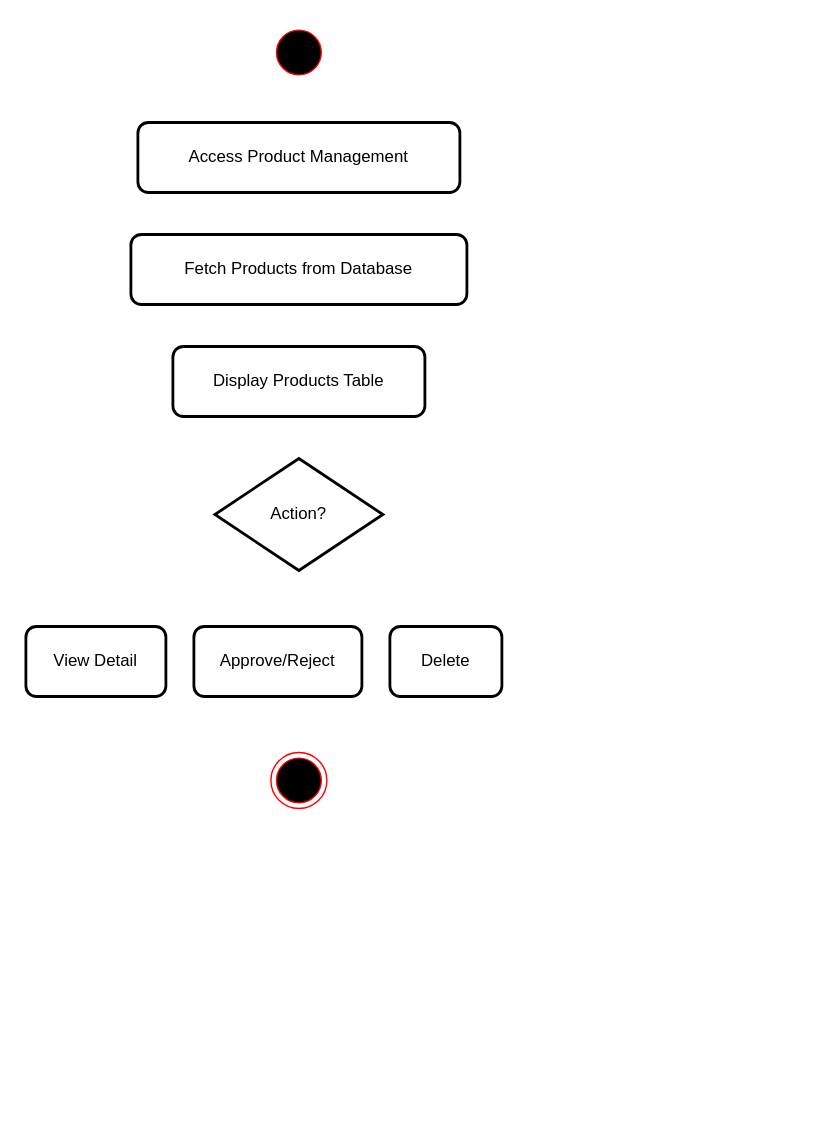
Above: page "Product Management" (3 of 6) of draw/AdminActivities.drawio in tdat-dev/UniMarket (draw.io), before the change. Source tidied: cells renumbered, new cells numbered last; positions are measured from the earlier drawing's top-left corner, leaving out a move shared by most shapes. Both pictures are drawn from the tidied source at 140%, with x=0, y=0 at pixel (25, 24).
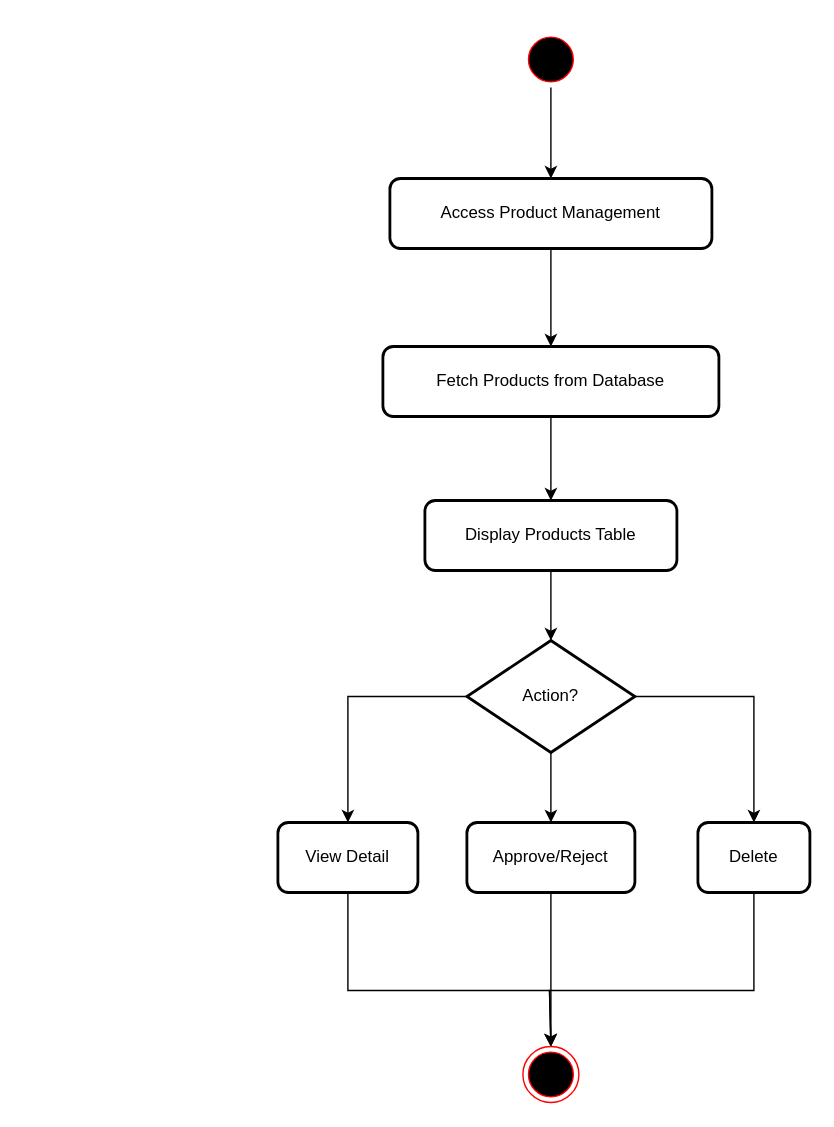
After the change.

What changed in the source:
```diff
@@
+    <mxCell id="11" style="edgeStyle=orthogonalEdgeStyle;rounded=0;jettySize=auto;html=1;" parent="1" edge="1" source="2" target="3">
+      <mxGeometry relative="1" as="geometry" />
+    </mxCell>
     <mxCell id="2" style="ellipse;html=1;shape=startState;fillColor=#000000;strokeColor=#ff0000;" parent="1" vertex="1">
-      <mxGeometry x="175" width="40" height="40" as="geometry" />
+      <mxGeometry x="355" y="5" width="40" height="40" as="geometry" />
     </mxCell>
+    <mxCell id="12" style="edgeStyle=orthogonalEdgeStyle;rounded=0;jettySize=auto;html=1;" parent="1" edge="1" source="3" target="4">
+      <mxGeometry relative="1" as="geometry" />
+    </mxCell>
     <mxCell id="3" value="Access Product Management" style="rounded=1;whiteSpace=wrap;html=1;strokeWidth=2;" parent="1" vertex="1">
-      <mxGeometry x="80" y="70" width="230" height="50" as="geometry" />
+      <mxGeometry x="260" y="110" width="230" height="50" as="geometry" />
     </mxCell>
+    <mxCell id="13" style="edgeStyle=orthogonalEdgeStyle;rounded=0;jettySize=auto;html=1;" parent="1" edge="1" source="4" target="5">
+      <mxGeometry relative="1" as="geometry" />
+    </mxCell>
     <mxCell id="4" value="Fetch Products from Database" style="rounded=1;whiteSpace=wrap;html=1;strokeWidth=2;" parent="1" vertex="1">
-      <mxGeometry x="75" y="150" width="240" height="50" as="geometry" />
+      <mxGeometry x="255" y="230" width="240" height="50" as="geometry" />
     </mxCell>
+    <mxCell id="14" style="edgeStyle=orthogonalEdgeStyle;rounded=0;jettySize=auto;html=1;" parent="1" edge="1" source="5" target="6">
+      <mxGeometry relative="1" as="geometry" />
+    </mxCell>
     <mxCell id="5" value="Display Products Table" style="rounded=1;whiteSpace=wrap;html=1;strokeWidth=2;" parent="1" vertex="1">
-      <mxGeometry x="105" y="230" width="180" height="50" as="geometry" />
+      <mxGeometry x="285" y="340" width="180" height="50" as="geometry" />
     </mxCell>
+    <mxCell id="15" style="edgeStyle=orthogonalEdgeStyle;rounded=0;jettySize=auto;html=1;exitX=0;exitY=0.5;exitDx=0;exitDy=0;entryX=0.5;entryY=0;entryDx=0;entryDy=0;" parent="1" edge="1" source="6" target="7">
+      <mxGeometry relative="1" as="geometry" />
+    </mxCell>
+    <mxCell id="16" style="edgeStyle=orthogonalEdgeStyle;rounded=0;jettySize=auto;html=1;exitX=0.5;exitY=1;exitDx=0;exitDy=0;entryX=0.5;entryY=0;entryDx=0;entryDy=0;" parent="1" edge="1" source="6" target="8">
+      <mxGeometry relative="1" as="geometry" />
+    </mxCell>
+    <mxCell id="17" style="edgeStyle=orthogonalEdgeStyle;rounded=0;jettySize=auto;html=1;exitX=1;exitY=0.5;exitDx=0;exitDy=0;entryX=0.5;entryY=0;entryDx=0;entryDy=0;" parent="1" edge="1" source="6" target="9">
+      <mxGeometry relative="1" as="geometry" />
+    </mxCell>
     <mxCell id="6" value="Action?" style="rhombus;whiteSpace=wrap;html=1;strokeWidth=2;" parent="1" vertex="1">
-      <mxGeometry x="135" y="310" width="120" height="80" as="geometry" />
+      <mxGeometry x="315" y="440" width="120" height="80" as="geometry" />
     </mxCell>
+    <mxCell id="18" style="edgeStyle=orthogonalEdgeStyle;rounded=0;jettySize=auto;html=1;exitX=0.5;exitY=1;exitDx=0;exitDy=0;entryX=0.5;entryY=0;entryDx=0;entryDy=0;" parent="1" edge="1" source="7" target="10">
+      <mxGeometry relative="1" as="geometry">
+        <Array as="points">
+          <mxPoint x="230" y="690" />
+          <mxPoint x="374" y="690" />
+        </Array>
+      </mxGeometry>
+    </mxCell>
     <mxCell id="7" value="View Detail" style="rounded=1;whiteSpace=wrap;html=1;strokeWidth=2;" parent="1" vertex="1">
-      <mxGeometry y="430" width="100" height="50" as="geometry" />
+      <mxGeometry x="180" y="570" width="100" height="50" as="geometry" />
     </mxCell>
+    <mxCell id="19" style="edgeStyle=orthogonalEdgeStyle;rounded=0;jettySize=auto;html=1;exitX=0.5;exitY=1;exitDx=0;exitDy=0;entryX=0.5;entryY=0;entryDx=0;entryDy=0;" parent="1" edge="1" source="8" target="10">
+      <mxGeometry relative="1" as="geometry" />
+    </mxCell>
     <mxCell id="8" value="Approve/Reject" style="rounded=1;whiteSpace=wrap;html=1;strokeWidth=2;" parent="1" vertex="1">
-      <mxGeometry x="120" y="430" width="120" height="50" as="geometry" />
+      <mxGeometry x="315" y="570" width="120" height="50" as="geometry" />
     </mxCell>
+    <mxCell id="20" style="edgeStyle=orthogonalEdgeStyle;rounded=0;jettySize=auto;html=1;exitX=0.5;exitY=1;exitDx=0;exitDy=0;entryX=0.5;entryY=0;entryDx=0;entryDy=0;" parent="1" edge="1" source="9" target="10">
+      <mxGeometry relative="1" as="geometry">
+        <Array as="points">
+          <mxPoint x="520" y="690" />
+          <mxPoint x="374" y="690" />
+        </Array>
+      </mxGeometry>
+    </mxCell>
     <mxCell id="9" value="Delete" style="rounded=1;whiteSpace=wrap;html=1;strokeWidth=2;" parent="1" vertex="1">
-      <mxGeometry x="260" y="430" width="80" height="50" as="geometry" />
+      <mxGeometry x="480" y="570" width="80" height="50" as="geometry" />
     </mxCell>
     <mxCell id="10" style="ellipse;html=1;shape=endState;fillColor=#000000;strokeColor=#ff0000;" parent="1" vertex="1">
-      <mxGeometry x="175" y="520" width="40" height="40" as="geometry" />
+      <mxGeometry x="355" y="730" width="40" height="40" as="geometry" />
     </mxCell>
```
